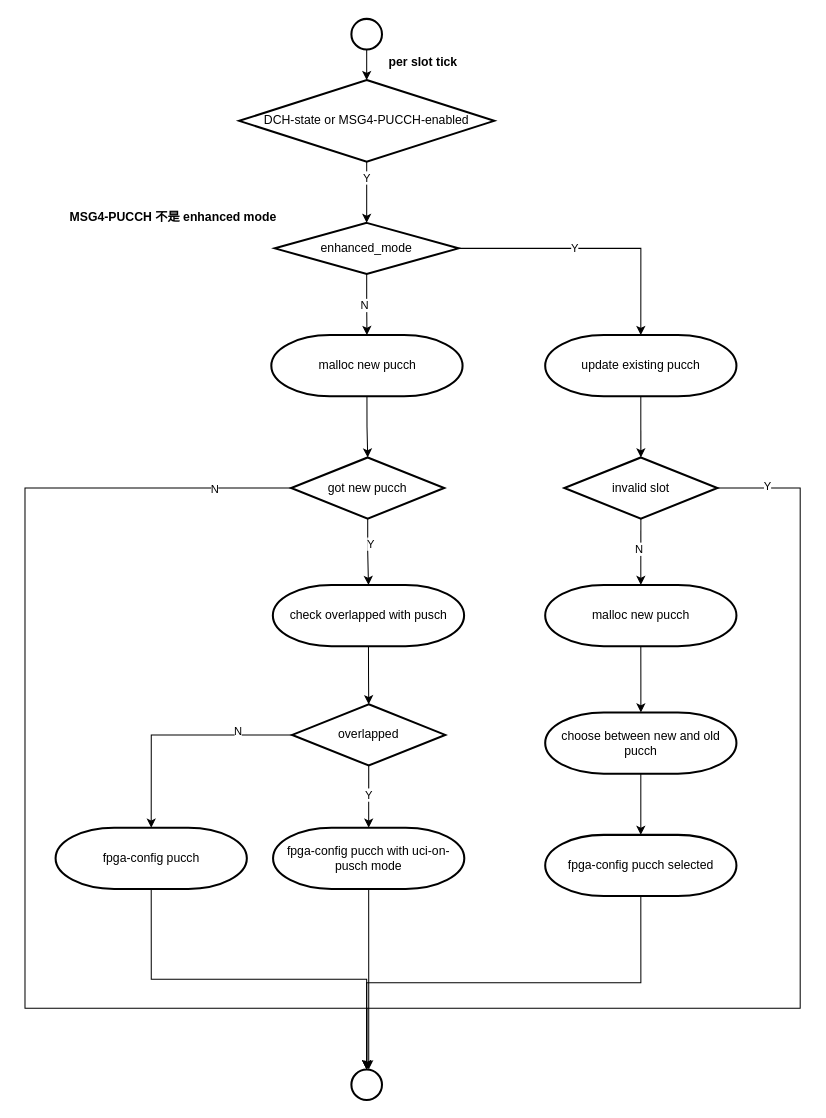
Before: page "第 2 页" (2 of 2) of 未命名绘图.drawio in wubobupt/AI-Expert-Roadmap, a draw.io diagram. Source tidied: cells renumbered, new cells numbered last; positions are measured from the earlier drawing's top-left corner, leaving out a move shared by most shapes. Both pictures are drawn from the tidied source at 102%, with x=0, y=0 at pixel (24, 18).
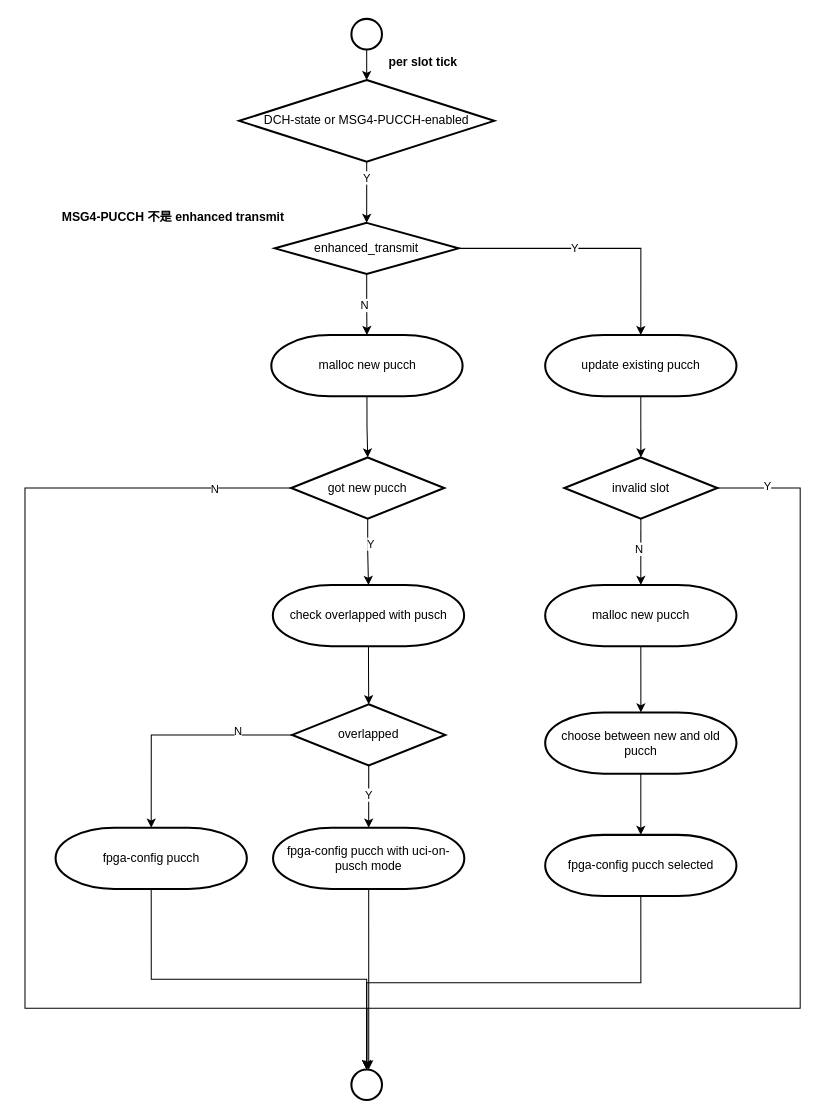
After the change.

Commit message:
更新未命名绘图.drawio

What changed in the source:
```diff
@@
-    <mxCell id="7" value="enhanced_mode" style="strokeWidth=2;html=1;shape=mxgraph.flowchart.decision;whiteSpace=wrap;" parent="1" vertex="1">
+    <mxCell id="7" value="enhanced_transmit" style="strokeWidth=2;html=1;shape=mxgraph.flowchart.decision;whiteSpace=wrap;" parent="1" vertex="1">
       <mxGeometry x="245" y="200" width="180" height="50" as="geometry" />
     </mxCell>
@@
-    <mxCell id="44" value="&lt;b&gt;MSG4-PUCCH 不是 enhanced mode&lt;/b&gt;" style="text;html=1;align=center;verticalAlign=middle;strokeColor=none;fillColor=none;" parent="1" vertex="1">
-      <mxGeometry x="30" y="180" width="230" height="30" as="geometry" />
+    <mxCell id="44" value="&lt;b&gt;MSG4-PUCCH 不是 enhanced transmit&lt;/b&gt;" style="text;html=1;align=center;verticalAlign=middle;strokeColor=none;fillColor=none;" parent="1" vertex="1">
+      <mxGeometry x="25" y="180" width="240" height="30" as="geometry" />
     </mxCell>
```
